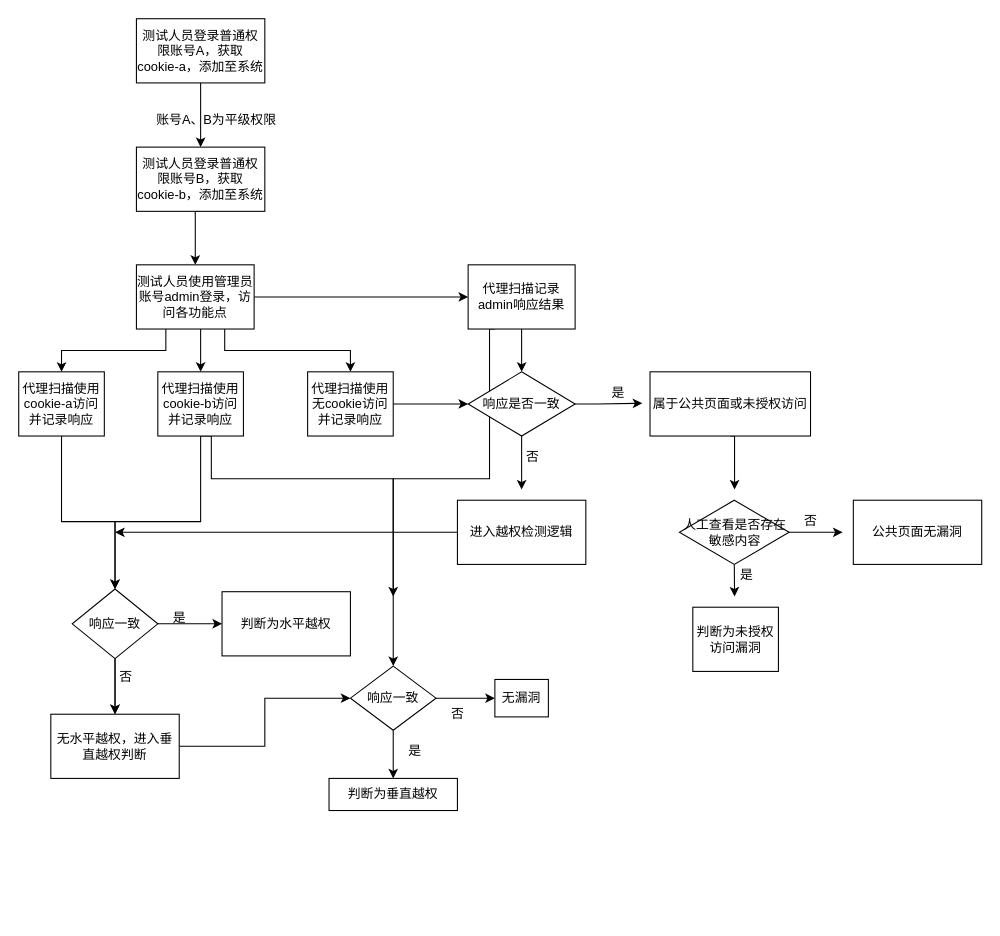
grayes/draw.io keeps this draw.io diagram as page "第 1 页" (1 of 2) of 越权、未授权访问流程图.drawio. Above is the earlier version. Source tidied: cells renumbered, new cells numbered last; positions are measured from the earlier drawing's top-left corner, leaving out a move shared by most shapes. Both pictures are drawn from the tidied source at 107%, with x=0, y=0 at pixel (18, 18).
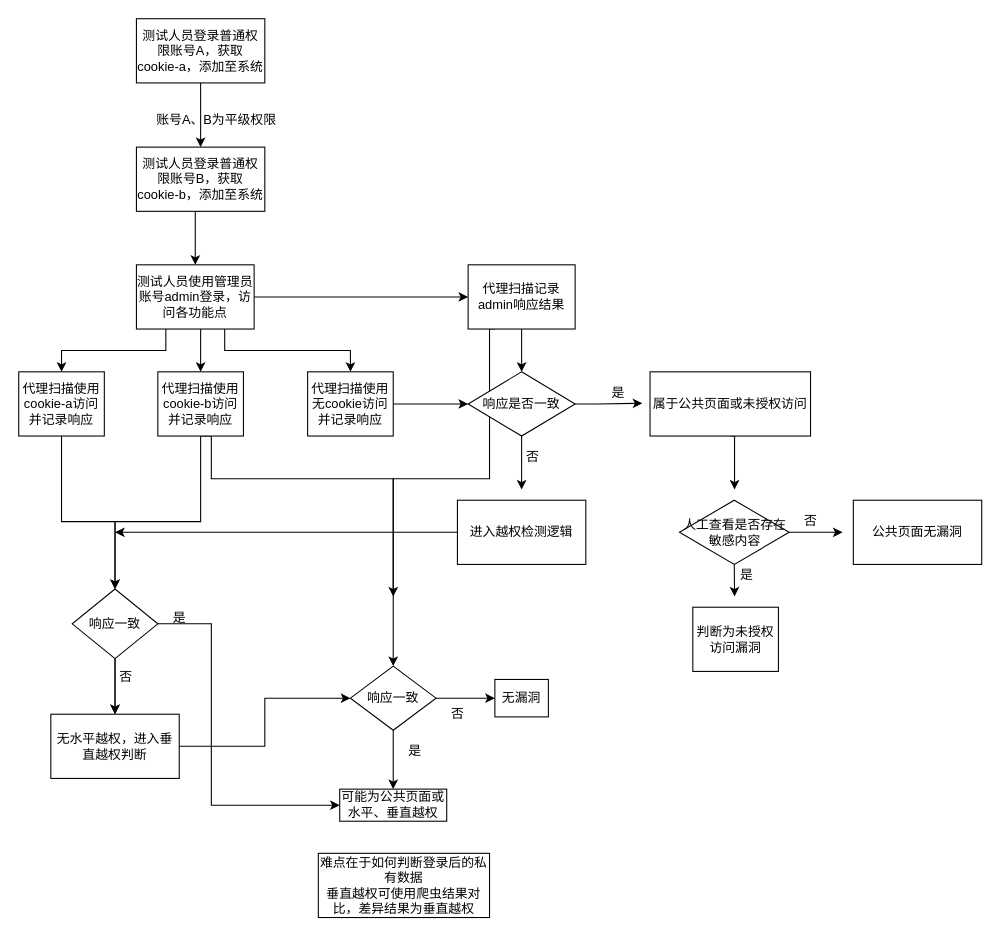
Above is the later version.

Commit message:
更新越权、未授权访问流程图.drawio

Unchanged cells that the change refers to:
```xml
<mxCell id="41" value="响应一致" style="rhombus;whiteSpace=wrap;html=1;" parent="1" vertex="1">
  <mxGeometry x="50" y="533" width="80" height="65" as="geometry" />
</mxCell>
```

What changed in the source:
```diff
@@
-    <mxCell id="40" style="edgeStyle=orthogonalEdgeStyle;rounded=0;jettySize=auto;html=1;exitX=1;exitY=0.5;exitDx=0;exitDy=0;entryX=0;entryY=0.5;entryDx=0;entryDy=0;" parent="1" edge="1" source="41" target="45">
-      <mxGeometry relative="1" as="geometry" />
+    <mxCell id="40" style="edgeStyle=orthogonalEdgeStyle;rounded=0;jettySize=auto;html=1;exitX=1;exitY=0.5;exitDx=0;exitDy=0;entryX=0;entryY=0.5;entryDx=0;entryDy=0;" parent="1" edge="1" source="41" target="50">
+      <mxGeometry relative="1" as="geometry">
+        <Array as="points">
+          <mxPoint x="180" y="566" />
+          <mxPoint x="180" y="735" />
+        </Array>
+      </mxGeometry>
     </mxCell>
@@
-    <mxCell id="45" value="判断为水平越权" style="rounded=0;whiteSpace=wrap;html=1;" parent="1" vertex="1">
-      <mxGeometry x="190" y="535.5" width="120" height="60" as="geometry" />
-    </mxCell>
@@
-    <mxCell id="50" value="判断为垂直越权" style="rounded=0;whiteSpace=wrap;html=1;" parent="1" vertex="1">
-      <mxGeometry x="290" y="710" width="120" height="30" as="geometry" />
+    <mxCell id="50" value="可能为公共页面或水平、垂直越权" style="rounded=0;whiteSpace=wrap;html=1;" parent="1" vertex="1">
+      <mxGeometry x="300" y="720" width="100" height="30" as="geometry" />
     </mxCell>
@@
+    <mxCell id="54" value="难点在于如何判断登录后的私有数据&lt;br&gt;垂直越权可使用爬虫结果对比，差异结果为垂直越权" style="rounded=0;whiteSpace=wrap;html=1;" parent="1" vertex="1">
+      <mxGeometry x="280" y="780" width="160" height="60" as="geometry" />
+    </mxCell>
```
